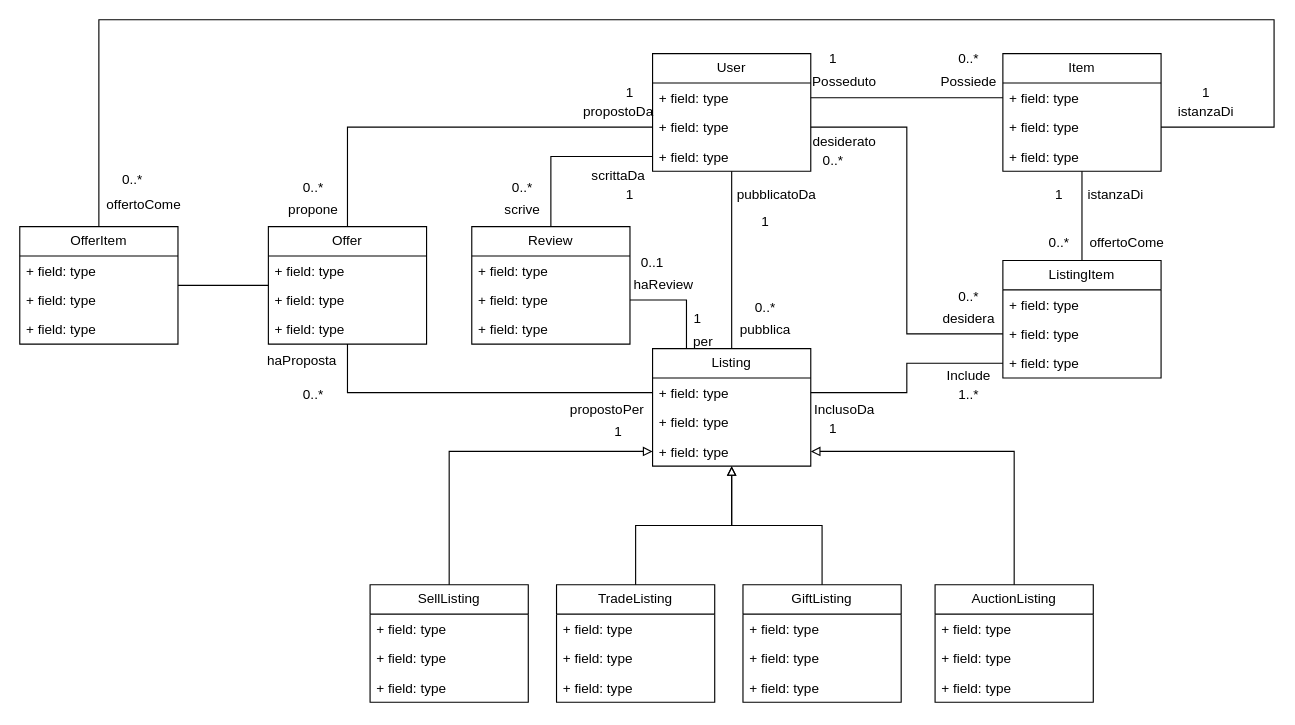
This is uninaswap.drawio from GritHat/diagrams-draw.io, a draw.io file, before an edit. Source tidied: cells renumbered, new cells numbered last; positions are measured from the earlier drawing's top-left corner, leaving out a move shared by most shapes. Both pictures are drawn from the tidied source at 113%, with x=0, y=0 at pixel (19, 19).
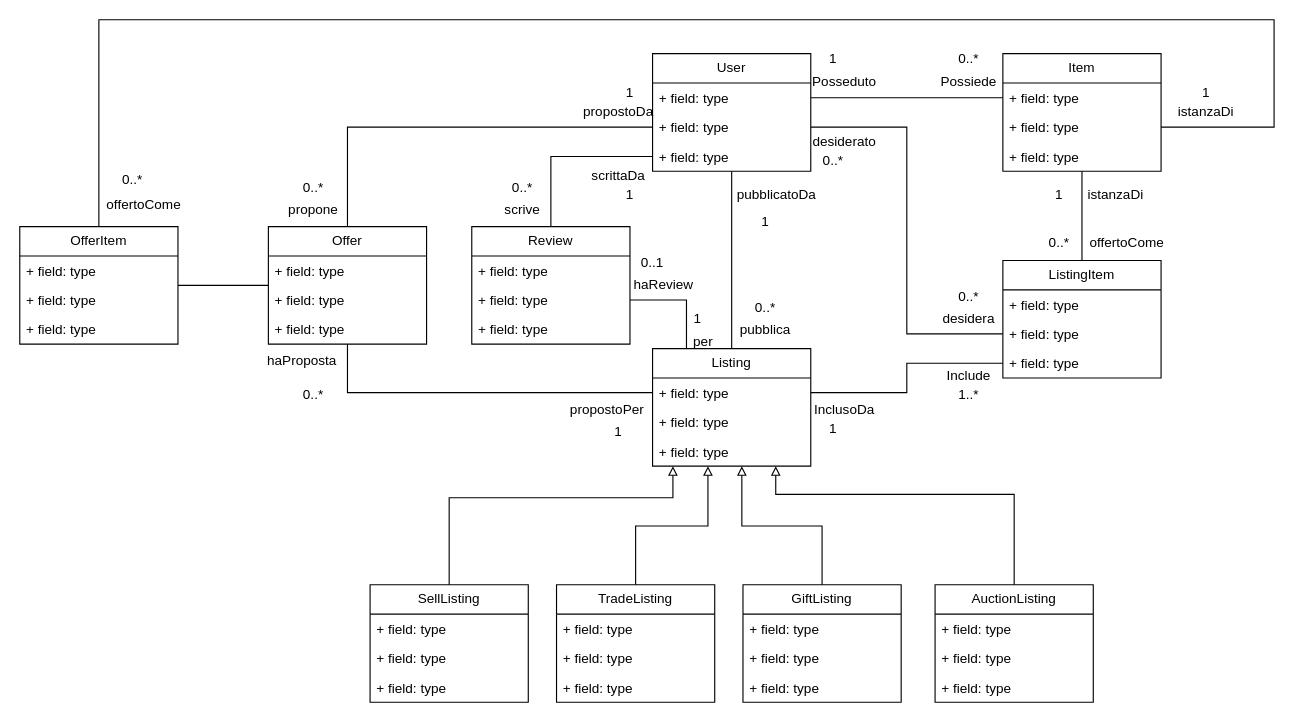
The same page after the edit.

Unchanged cells that the change refers to:
```xml
<mxCell id="12" value="Listing" style="swimlane;fontStyle=0;horizontal=1;startSize=26;fillColor=none;whiteSpace=wrap;html=1;" parent="1" vertex="1">
  <mxGeometry x="560" y="291" width="140" height="104" as="geometry" />
</mxCell>
<mxCell id="15" value="+ field: type" style="text;strokeColor=none;fillColor=none;align=left;verticalAlign=top;spacingLeft=4;spacingRight=4;overflow=hidden;points=[[0,0.5],[1,0.5]];portConstraint=eastwest;whiteSpace=wrap;html=1;" parent="12" vertex="1">
  <mxGeometry y="78" width="140" height="26" as="geometry" />
</mxCell>
<mxCell id="23" value="SellListing" style="swimlane;fontStyle=0;horizontal=1;startSize=26;fillColor=none;whiteSpace=wrap;html=1;" parent="1" vertex="1">
  <mxGeometry x="310" y="500" width="140" height="104" as="geometry" />
</mxCell>
<mxCell id="28" value="TradeListing" style="swimlane;fontStyle=0;horizontal=1;startSize=26;fillColor=none;whiteSpace=wrap;html=1;" parent="1" vertex="1">
  <mxGeometry x="475" y="500" width="140" height="104" as="geometry" />
</mxCell>
<mxCell id="33" value="GiftListing" style="swimlane;fontStyle=0;horizontal=1;startSize=26;fillColor=none;whiteSpace=wrap;html=1;" parent="1" vertex="1">
  <mxGeometry x="640" y="500" width="140" height="104" as="geometry" />
</mxCell>
<mxCell id="38" value="AuctionListing" style="swimlane;fontStyle=0;horizontal=1;startSize=26;fillColor=none;whiteSpace=wrap;html=1;" parent="1" vertex="1">
  <mxGeometry x="810" y="500" width="140" height="104" as="geometry" />
</mxCell>
```

What changed in the source:
```diff
@@
-<mxGraphModel>
+<mxGraphModel background="#ffffff">
@@
     <mxCell id="22" style="edgeStyle=orthogonalEdgeStyle;rounded=0;jettySize=auto;html=1;endArrow=block;endFill=0;" parent="1" edge="1" source="23" target="15">
-      <mxGeometry relative="1" as="geometry" />
+      <mxGeometry relative="1" as="geometry">
+        <Array as="points">
+          <mxPoint x="380" y="423" />
+          <mxPoint x="578" y="423" />
+        </Array>
+      </mxGeometry>
     </mxCell>
@@
     <mxCell id="27" style="edgeStyle=orthogonalEdgeStyle;rounded=0;jettySize=auto;html=1;endArrow=block;endFill=0;" parent="1" edge="1" source="28" target="12">
-      <mxGeometry relative="1" as="geometry" />
+      <mxGeometry relative="1" as="geometry">
+        <Array as="points">
+          <mxPoint x="545" y="448" />
+          <mxPoint x="609" y="448" />
+        </Array>
+      </mxGeometry>
     </mxCell>
@@
     <mxCell id="32" style="edgeStyle=orthogonalEdgeStyle;rounded=0;jettySize=auto;html=1;endArrow=block;endFill=0;" parent="1" edge="1" source="33" target="12">
-      <mxGeometry relative="1" as="geometry" />
+      <mxGeometry relative="1" as="geometry">
+        <Array as="points">
+          <mxPoint x="710" y="448" />
+          <mxPoint x="639" y="448" />
+        </Array>
+      </mxGeometry>
     </mxCell>
@@
     <mxCell id="37" style="edgeStyle=orthogonalEdgeStyle;rounded=0;jettySize=auto;html=1;endArrow=block;endFill=0;" parent="1" edge="1" source="38" target="15">
-      <mxGeometry relative="1" as="geometry" />
+      <mxGeometry relative="1" as="geometry">
+        <Array as="points">
+          <mxPoint x="880" y="420" />
+          <mxPoint x="669" y="420" />
+        </Array>
+      </mxGeometry>
     </mxCell>
```
